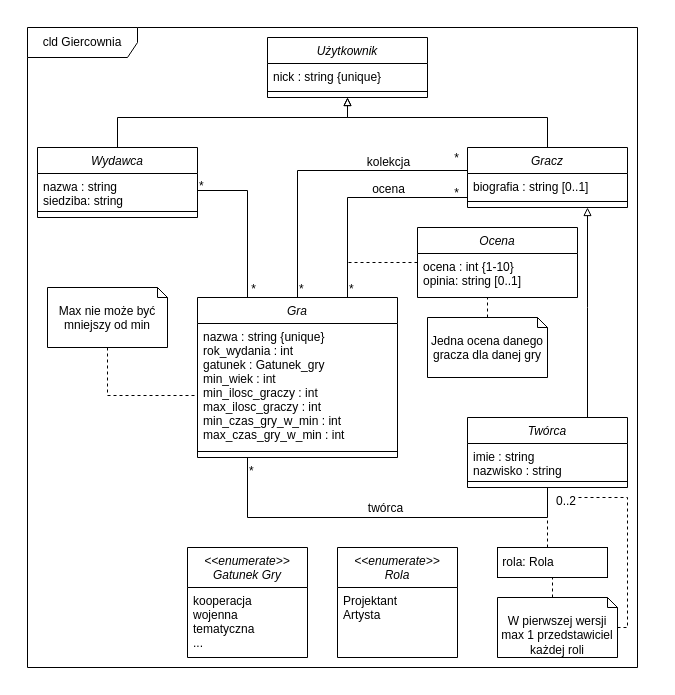
This is MP0/tin_zaoczne_18c_s17524_model.drawio from BielinskiLukasz/TIN, a draw.io file, before an edit. Source tidied: cells renumbered, new cells numbered last; positions are measured from the earlier drawing's top-left corner, leaving out a move shared by most shapes. Both pictures are drawn from the tidied source at 100%, with x=0, y=0 at pixel (17, 17).
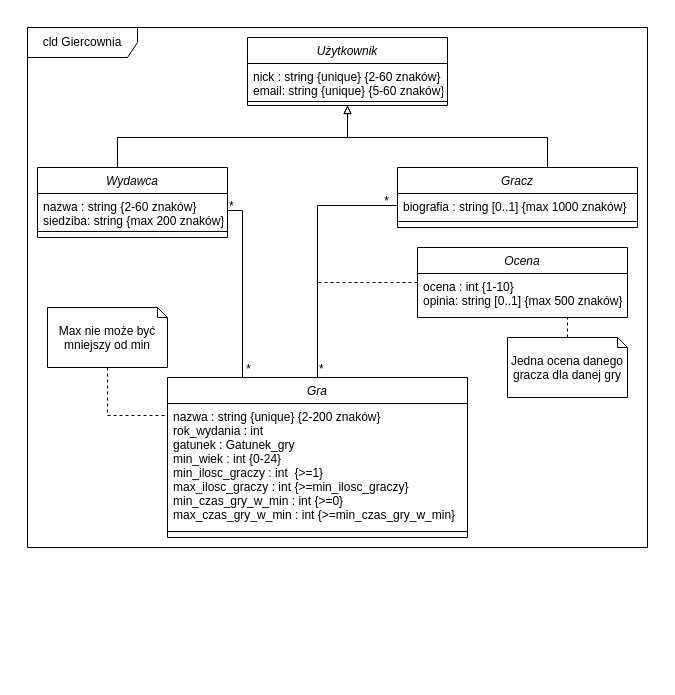
Above is the later version.

Change to the diagram source:
```diff
@@
     <mxCell id="2" style="rounded=0;whiteSpace=wrap;html=1;strokeColor=#FFFFFF;" parent="1" vertex="1">
-      <mxGeometry width="630" height="660" as="geometry" />
+      <mxGeometry width="640" height="540" as="geometry" />
     </mxCell>
     <mxCell id="3" value="cld Giercownia" style="shape=umlFrame;whiteSpace=wrap;html=1;width=110;height=30;" parent="1" vertex="1">
-      <mxGeometry x="10" y="10" width="610" height="640" as="geometry" />
+      <mxGeometry x="10" y="10" width="620" height="520" as="geometry" />
     </mxCell>
     <mxCell id="4" value="Gra" style="swimlane;fontStyle=2;align=center;verticalAlign=top;horizontal=1;startSize=26;rounded=0;shadow=0;strokeWidth=1;" parent="1" vertex="1">
-      <mxGeometry x="180" y="280" width="200" height="160" as="geometry" />
+      <mxGeometry x="150" y="360" width="300" height="160" as="geometry" />
     </mxCell>
-    <mxCell id="5" value="nazwa : string {unique}&#10;rok_wydania : int&#10;gatunek : Gatunek_gry&#10;min_wiek : int&#10;min_ilosc_graczy : int&#10;max_ilosc_graczy : int&#10;min_czas_gry_w_min : int&#10;max_czas_gry_w_min : int" style="text;align=left;verticalAlign=top;spacingLeft=4;spacingRight=4;overflow=hidden;points=[[0,0.5],[1,0.5]];portConstraint=eastwest;" parent="4" vertex="1">
-      <mxGeometry y="26" width="200" height="124" as="geometry" />
+    <mxCell id="5" value="nazwa : string {unique} {2-200 znaków}&#10;rok_wydania : int&#10;gatunek : Gatunek_gry&#10;min_wiek : int {0-24}&#10;min_ilosc_graczy : int  {&gt;=1}&#10;max_ilosc_graczy : int {&gt;=min_ilosc_graczy}&#10;min_czas_gry_w_min : int {&gt;=0}&#10;max_czas_gry_w_min : int {&gt;=min_czas_gry_w_min}" style="text;align=left;verticalAlign=top;spacingLeft=4;spacingRight=4;overflow=hidden;points=[[0,0.5],[1,0.5]];portConstraint=eastwest;" parent="4" vertex="1">
+      <mxGeometry y="26" width="300" height="124" as="geometry" />
     </mxCell>
     <mxCell id="6" style="line;html=1;strokeWidth=1;align=left;verticalAlign=middle;spacingTop=-1;spacingLeft=3;spacingRight=3;labelPosition=right;" parent="4" vertex="1">
-      <mxGeometry y="150" width="200" height="8" as="geometry" />
+      <mxGeometry y="150" width="300" height="8" as="geometry" />
     </mxCell>
-    <mxCell id="7" style="edgeStyle=orthogonalEdgeStyle;rounded=0;jettySize=auto;html=1;endArrow=block;endFill=0;" parent="1" edge="1" source="8">
+    <mxCell id="7" style="edgeStyle=orthogonalEdgeStyle;rounded=0;jettySize=auto;html=1;endArrow=block;endFill=0;entryX=0.5;entryY=1;entryDx=0;entryDy=0;" parent="1" edge="1" source="8" target="50">
       <mxGeometry relative="1" as="geometry">
-        <mxPoint x="330" y="80" as="targetPoint" />
         <Array as="points">
-          <mxPoint x="530" y="100" />
-          <mxPoint x="330" y="100" />
+          <mxPoint x="530" y="120" />
+          <mxPoint x="330" y="120" />
         </Array>
       </mxGeometry>
     </mxCell>
     <mxCell id="8" value="Gracz" style="swimlane;fontStyle=2;align=center;verticalAlign=top;horizontal=1;startSize=26;rounded=0;shadow=0;strokeWidth=1;" parent="1" vertex="1">
-      <mxGeometry x="450" y="130" width="160" height="60" as="geometry" />
+      <mxGeometry x="380" y="150" width="240" height="60" as="geometry" />
     </mxCell>
-    <mxCell id="9" value="biografia : string [0..1]" style="text;align=left;verticalAlign=top;spacingLeft=4;spacingRight=4;overflow=hidden;points=[[0,0.5],[1,0.5]];portConstraint=eastwest;" parent="8" vertex="1">
-      <mxGeometry y="26" width="160" height="24" as="geometry" />
+    <mxCell id="9" value="biografia : string [0..1] {max 1000 znaków}" style="text;align=left;verticalAlign=top;spacingLeft=4;spacingRight=4;overflow=hidden;points=[[0,0.5],[1,0.5]];portConstraint=eastwest;" parent="8" vertex="1">
+      <mxGeometry y="26" width="240" height="24" as="geometry" />
     </mxCell>
     <mxCell id="10" style="line;html=1;strokeWidth=1;align=left;verticalAlign=middle;spacingTop=-1;spacingLeft=3;spacingRight=3;labelPosition=right;" parent="8" vertex="1">
-      <mxGeometry y="50" width="160" height="8" as="geometry" />
+      <mxGeometry y="50" width="240" height="8" as="geometry" />
     </mxCell>
-    <mxCell id="11" value="&lt;&lt;enumerate&gt;&gt;&#10;Rola" style="swimlane;fontStyle=2;align=center;verticalAlign=top;horizontal=1;startSize=40;rounded=0;shadow=0;strokeWidth=1;" parent="1" vertex="1">
-      <mxGeometry x="320" y="530" width="120" height="110" as="geometry" />
-    </mxCell>
-    <mxCell id="12" value="Projektant&#10;Artysta" style="text;align=left;verticalAlign=top;spacingLeft=4;spacingRight=4;overflow=hidden;" parent="11" vertex="1">
-      <mxGeometry y="40" width="120" height="70" as="geometry" />
-    </mxCell>
-    <mxCell id="13" value="&lt;&lt;enumerate&gt;&gt;&#10;Gatunek Gry" style="swimlane;fontStyle=2;align=center;verticalAlign=top;horizontal=1;startSize=40;rounded=0;shadow=0;strokeWidth=1;" parent="1" vertex="1">
-      <mxGeometry x="170" y="530" width="120" height="110" as="geometry" />
-    </mxCell>
-    <mxCell id="14" value="kooperacja&#10;wojenna&#10;tematyczna&#10;..." style="text;align=left;verticalAlign=top;spacingLeft=4;spacingRight=4;overflow=hidden;" parent="13" vertex="1">
-      <mxGeometry y="40" width="120" height="70" as="geometry" />
-    </mxCell>
     <mxCell id="15" style="edgeStyle=orthogonalEdgeStyle;rounded=0;jettySize=auto;html=1;entryX=0.5;entryY=1;entryDx=0;entryDy=0;endArrow=block;endFill=0;" parent="1" edge="1" source="16" target="50">
       <mxGeometry relative="1" as="geometry">
         <Array as="points">
-          <mxPoint x="100" y="100" />
-          <mxPoint x="330" y="100" />
+          <mxPoint x="100" y="120" />
+          <mxPoint x="330" y="120" />
         </Array>
       </mxGeometry>
     </mxCell>
     <mxCell id="16" value="Wydawca" style="swimlane;fontStyle=2;align=center;verticalAlign=top;horizontal=1;startSize=26;rounded=0;shadow=0;strokeWidth=1;" parent="1" vertex="1">
-      <mxGeometry x="20" y="130" width="160" height="70" as="geometry" />
+      <mxGeometry x="20" y="150" width="190" height="70" as="geometry" />
     </mxCell>
-    <mxCell id="17" value="nazwa : string&#10;siedziba: string" style="text;align=left;verticalAlign=top;spacingLeft=4;spacingRight=4;overflow=hidden;points=[[0,0.5],[1,0.5]];portConstraint=eastwest;" parent="16" vertex="1">
-      <mxGeometry y="26" width="160" height="34" as="geometry" />
+    <mxCell id="17" value="nazwa : string {2-60 znaków}&#10;siedziba: string {max 200 znaków}" style="text;align=left;verticalAlign=top;spacingLeft=4;spacingRight=4;overflow=hidden;points=[[0,0.5],[1,0.5]];portConstraint=eastwest;" parent="16" vertex="1">
+      <mxGeometry y="26" width="190" height="34" as="geometry" />
     </mxCell>
     <mxCell id="18" style="line;html=1;strokeWidth=1;align=left;verticalAlign=middle;spacingTop=-1;spacingLeft=3;spacingRight=3;labelPosition=right;" parent="16" vertex="1">
-      <mxGeometry y="60" width="160" height="8" as="geometry" />
+      <mxGeometry y="60" width="190" height="8" as="geometry" />
     </mxCell>
     <mxCell id="19" style="endArrow=none;shadow=0;strokeWidth=1;rounded=0;endFill=0;edgeStyle=elbowEdgeStyle;elbow=vertical;exitX=1;exitY=0.5;exitDx=0;exitDy=0;entryX=0.25;entryY=0;entryDx=0;entryDy=0;" parent="1" edge="1" source="17" target="4">
       <mxGeometry x="0.5" y="41" relative="1" as="geometry">
         <Array as="points">
-          <mxPoint x="210" y="173" />
-          <mxPoint x="90" y="133" />
-          <mxPoint x="100" y="140" />
+          <mxPoint x="210" y="193" />
+          <mxPoint x="90" y="153" />
+          <mxPoint x="100" y="160" />
         </Array>
         <mxPoint x="-40" y="32" as="offset" />
       </mxGeometry>
     </mxCell>
@@
-    <mxCell id="22" style="endArrow=none;shadow=0;strokeWidth=1;rounded=0;endFill=0;edgeStyle=elbowEdgeStyle;elbow=vertical;exitX=0.75;exitY=0;exitDx=0;exitDy=0;" parent="1" edge="1" source="4">
+    <mxCell id="22" style="endArrow=none;shadow=0;strokeWidth=1;rounded=0;endFill=0;edgeStyle=elbowEdgeStyle;elbow=vertical;exitX=0.5;exitY=0;exitDx=0;exitDy=0;entryX=0;entryY=0.5;entryDx=0;entryDy=0;" parent="1" edge="1" source="4" target="9">
       <mxGeometry x="0.5" y="41" relative="1" as="geometry">
-        <mxPoint x="450" y="180" as="targetPoint" />
         <Array as="points">
-          <mxPoint x="390" y="180" />
-          <mxPoint x="400" y="190" />
-          <mxPoint x="390" y="133" />
+          <mxPoint x="310" y="188" />
+          <mxPoint x="340" y="280" />
+          <mxPoint x="330" y="230" />
+          <mxPoint x="360" y="188" />
+          <mxPoint x="400" y="210" />
+          <mxPoint x="390" y="153" />
         </Array>
         <mxPoint x="-40" y="32" as="offset" />
       </mxGeometry>
     </mxCell>
@@
-    <mxCell id="25" value="ocena" style="text;html=1;align=center;verticalAlign=middle;labelBackgroundColor=none;rounded=0;shadow=0;strokeWidth=1;fontSize=12;" parent="22" vertex="1">
-      <mxGeometry x="0.5" y="49" relative="1" as="geometry">
-        <mxPoint x="-25" y="40" as="offset" />
-      </mxGeometry>
-    </mxCell>
-    <mxCell id="26" style="endArrow=none;shadow=0;strokeWidth=1;rounded=0;endFill=0;edgeStyle=elbowEdgeStyle;elbow=vertical;exitX=0.5;exitY=0;exitDx=0;exitDy=0;entryX=0;entryY=0.25;entryDx=0;entryDy=0;" parent="1" edge="1" source="4" target="8">
-      <mxGeometry x="0.5" y="41" relative="1" as="geometry">
-        <Array as="points">
-          <mxPoint x="370" y="153" />
-          <mxPoint x="350" y="93" />
-        </Array>
-        <mxPoint x="-40" y="32" as="offset" />
-      </mxGeometry>
-    </mxCell>
-    <mxCell id="27" value="*" style="align=left;verticalAlign=bottom;labelBackgroundColor=none;fontSize=12;" parent="26" vertex="1">
-      <mxGeometry x="-1" relative="1" as="geometry" />
-    </mxCell>
-    <mxCell id="28" value="*" style="align=right;verticalAlign=bottom;labelBackgroundColor=none;fontSize=12;" parent="26" vertex="1">
-      <mxGeometry x="1" relative="1" as="geometry">
-        <mxPoint x="-7" y="4" as="offset" />
-      </mxGeometry>
-    </mxCell>
-    <mxCell id="29" value="kolekcja" style="text;html=1;align=center;verticalAlign=middle;labelBackgroundColor=none;rounded=0;shadow=0;strokeWidth=1;fontSize=12;" parent="26" vertex="1">
-      <mxGeometry x="0.5" y="49" relative="1" as="geometry">
-        <mxPoint x="-12" y="40" as="offset" />
-      </mxGeometry>
-    </mxCell>
-    <mxCell id="30" style="edgeStyle=orthogonalEdgeStyle;rounded=0;jettySize=auto;html=1;endArrow=block;endFill=0;entryX=0.75;entryY=1;entryDx=0;entryDy=0;" parent="1" edge="1" source="31" target="8">
-      <mxGeometry relative="1" as="geometry">
-        <Array as="points">
-          <mxPoint x="570" y="290" />
-          <mxPoint x="570" y="290" />
-        </Array>
-      </mxGeometry>
-    </mxCell>
-    <mxCell id="31" value="Twórca" style="swimlane;fontStyle=2;align=center;verticalAlign=top;horizontal=1;startSize=26;rounded=0;shadow=0;strokeWidth=1;" parent="1" vertex="1">
-      <mxGeometry x="450" y="400" width="160" height="70" as="geometry" />
-    </mxCell>
-    <mxCell id="32" value="imie : string&#10;nazwisko : string&#10;" style="text;align=left;verticalAlign=top;spacingLeft=4;spacingRight=4;overflow=hidden;" parent="31" vertex="1">
-      <mxGeometry y="26" width="160" height="34" as="geometry" />
-    </mxCell>
-    <mxCell id="33" style="line;html=1;strokeWidth=1;align=left;verticalAlign=middle;spacingTop=-1;spacingLeft=3;spacingRight=3;labelPosition=right;" parent="31" vertex="1">
-      <mxGeometry y="60" width="160" height="8" as="geometry" />
-    </mxCell>
     <mxCell id="34" style="edgeStyle=orthogonalEdgeStyle;rounded=0;jettySize=auto;html=1;dashed=1;endArrow=none;endFill=0;" parent="1" edge="1" source="35">
       <mxGeometry relative="1" as="geometry">
-        <mxPoint x="330" y="245" as="targetPoint" />
+        <mxPoint x="300" y="265" as="targetPoint" />
       </mxGeometry>
     </mxCell>
     <mxCell id="35" value="Ocena" style="swimlane;fontStyle=2;align=center;verticalAlign=top;horizontal=1;startSize=26;rounded=0;shadow=0;strokeWidth=1;" parent="1" vertex="1">
-      <mxGeometry x="400" y="210" width="160" height="70" as="geometry" />
+      <mxGeometry x="400" y="230" width="210" height="70" as="geometry" />
     </mxCell>
-    <mxCell id="36" value="ocena : int {1-10}&#10;opinia: string [0..1]" style="text;align=left;verticalAlign=top;spacingLeft=4;spacingRight=4;overflow=hidden;" parent="35" vertex="1">
-      <mxGeometry y="26" width="160" height="34" as="geometry" />
+    <mxCell id="36" value="ocena : int {1-10}&#10;opinia: string [0..1] {max 500 znaków}" style="text;align=left;verticalAlign=top;spacingLeft=4;spacingRight=4;overflow=hidden;" parent="35" vertex="1">
+      <mxGeometry y="26" width="210" height="34" as="geometry" />
     </mxCell>
-    <mxCell id="37" style="endArrow=none;shadow=0;strokeWidth=1;rounded=0;endFill=0;edgeStyle=elbowEdgeStyle;elbow=vertical;entryX=0.5;entryY=1;entryDx=0;entryDy=0;exitX=0.25;exitY=1;exitDx=0;exitDy=0;" parent="1" edge="1" source="4" target="31">
-      <mxGeometry x="0.5" y="41" relative="1" as="geometry">
-        <Array as="points">
-          <mxPoint x="410" y="500" />
-          <mxPoint x="380" y="530" />
-        </Array>
-        <mxPoint x="-40" y="32" as="offset" />
-      </mxGeometry>
-    </mxCell>
-    <mxCell id="38" value="*" style="align=left;verticalAlign=bottom;labelBackgroundColor=none;fontSize=12;" parent="37" vertex="1">
-      <mxGeometry x="-1" relative="1" as="geometry">
-        <mxPoint y="22" as="offset" />
-      </mxGeometry>
-    </mxCell>
-    <mxCell id="39" value="0..2" style="align=right;verticalAlign=bottom;labelBackgroundColor=none;fontSize=12;" parent="37" vertex="1">
-      <mxGeometry x="1" relative="1" as="geometry">
-        <mxPoint x="30" y="22.3" as="offset" />
-      </mxGeometry>
-    </mxCell>
-    <mxCell id="40" value="twórca" style="text;html=1;align=center;verticalAlign=middle;labelBackgroundColor=none;rounded=0;shadow=0;strokeWidth=1;fontSize=12;" parent="37" vertex="1">
-      <mxGeometry x="0.5" y="49" relative="1" as="geometry">
-        <mxPoint x="-95" y="39" as="offset" />
-      </mxGeometry>
-    </mxCell>
     <mxCell id="41" style="edgeStyle=orthogonalEdgeStyle;rounded=0;jettySize=auto;html=1;endArrow=none;endFill=0;dashed=1;" parent="1" edge="1" source="42">
       <mxGeometry relative="1" as="geometry">
-        <mxPoint x="470" y="280" as="targetPoint" />
+        <mxPoint x="470" y="300" as="targetPoint" />
         <Array as="points">
-          <mxPoint x="470" y="280" />
+          <mxPoint x="470" y="300" />
         </Array>
       </mxGeometry>
     </mxCell>
     <mxCell id="42" value="Jedna ocena danego gracza dla danej gry" style="shape=note2;boundedLbl=1;whiteSpace=wrap;html=1;size=10;verticalAlign=top;align=center;" parent="1" vertex="1">
-      <mxGeometry x="410" y="300" width="120" height="60" as="geometry" />
+      <mxGeometry x="490" y="320" width="120" height="60" as="geometry" />
     </mxCell>
     <mxCell id="43" style="edgeStyle=orthogonalEdgeStyle;rounded=0;jettySize=auto;html=1;dashed=1;endArrow=none;endFill=0;exitX=0.5;exitY=1;exitDx=0;exitDy=0;exitPerimeter=0;" parent="1" edge="1" source="44" target="5">
       <mxGeometry relative="1" as="geometry">
         <Array as="points">
-          <mxPoint x="90" y="378" />
+          <mxPoint x="90" y="398" />
         </Array>
       </mxGeometry>
     </mxCell>
     <mxCell id="44" value="Max nie może być mniejszy od min" style="shape=note2;boundedLbl=1;whiteSpace=wrap;html=1;size=10;verticalAlign=top;align=center;" parent="1" vertex="1">
-      <mxGeometry x="30" y="270" width="120" height="60" as="geometry" />
+      <mxGeometry x="30" y="290" width="120" height="60" as="geometry" />
     </mxCell>
-    <mxCell id="45" style="edgeStyle=orthogonalEdgeStyle;rounded=0;jettySize=auto;html=1;dashed=1;endArrow=none;endFill=0;" parent="1" edge="1" source="46">
-      <mxGeometry relative="1" as="geometry">
-        <mxPoint x="530" y="500" as="targetPoint" />
-        <Array as="points">
-          <mxPoint x="530" y="520" />
-          <mxPoint x="530" y="520" />
-        </Array>
-      </mxGeometry>
-    </mxCell>
-    <mxCell id="46" value="&amp;nbsp;rola: Rola" style="html=1;strokeColor=#000000;align=left;" parent="1" vertex="1">
-      <mxGeometry x="480" y="530" width="110" height="30" as="geometry" />
-    </mxCell>
-    <mxCell id="47" style="edgeStyle=orthogonalEdgeStyle;rounded=0;jettySize=auto;html=1;dashed=1;endArrow=none;endFill=0;exitX=0;exitY=0;exitDx=55;exitDy=0;exitPerimeter=0;" parent="1" edge="1" source="49">
-      <mxGeometry relative="1" as="geometry">
-        <mxPoint x="535" y="560" as="targetPoint" />
-        <Array as="points">
-          <mxPoint x="535" y="560" />
-        </Array>
-      </mxGeometry>
-    </mxCell>
-    <mxCell id="48" style="edgeStyle=orthogonalEdgeStyle;rounded=0;jettySize=auto;html=1;dashed=1;endArrow=none;endFill=0;" parent="1" edge="1" source="49">
-      <mxGeometry relative="1" as="geometry">
-        <mxPoint x="560" y="480" as="targetPoint" />
-        <Array as="points">
-          <mxPoint x="610" y="610" />
-          <mxPoint x="610" y="480" />
-          <mxPoint x="560" y="480" />
-        </Array>
-      </mxGeometry>
-    </mxCell>
-    <mxCell id="49" value="W pierwszej wersji max 1 przedstawiciel każdej roli" style="shape=note2;boundedLbl=1;whiteSpace=wrap;html=1;size=10;verticalAlign=top;align=center;" parent="1" vertex="1">
-      <mxGeometry x="480" y="580" width="120" height="60" as="geometry" />
-    </mxCell>
     <mxCell id="50" value="Użytkownik" style="swimlane;fontStyle=2;align=center;verticalAlign=top;horizontal=1;startSize=26;rounded=0;shadow=0;strokeWidth=1;" parent="1" vertex="1">
-      <mxGeometry x="250" y="20" width="160" height="60" as="geometry" />
+      <mxGeometry x="230" y="20" width="200" height="68" as="geometry" />
     </mxCell>
-    <mxCell id="51" value="nick : string {unique}" style="text;align=left;verticalAlign=top;spacingLeft=4;spacingRight=4;overflow=hidden;" parent="50" vertex="1">
-      <mxGeometry y="26" width="160" height="24" as="geometry" />
+    <mxCell id="51" value="nick : string {unique} {2-60 znaków}&#10;email: string {unique} {5-60 znaków}" style="text;align=left;verticalAlign=top;spacingLeft=4;spacingRight=4;overflow=hidden;" parent="50" vertex="1">
+      <mxGeometry y="26" width="200" height="34" as="geometry" />
     </mxCell>
     <mxCell id="52" style="line;html=1;strokeWidth=1;align=left;verticalAlign=middle;spacingTop=-1;spacingLeft=3;spacingRight=3;labelPosition=right;" parent="50" vertex="1">
-      <mxGeometry y="50" width="160" height="8" as="geometry" />
+      <mxGeometry y="60" width="200" height="8" as="geometry" />
     </mxCell>
```
